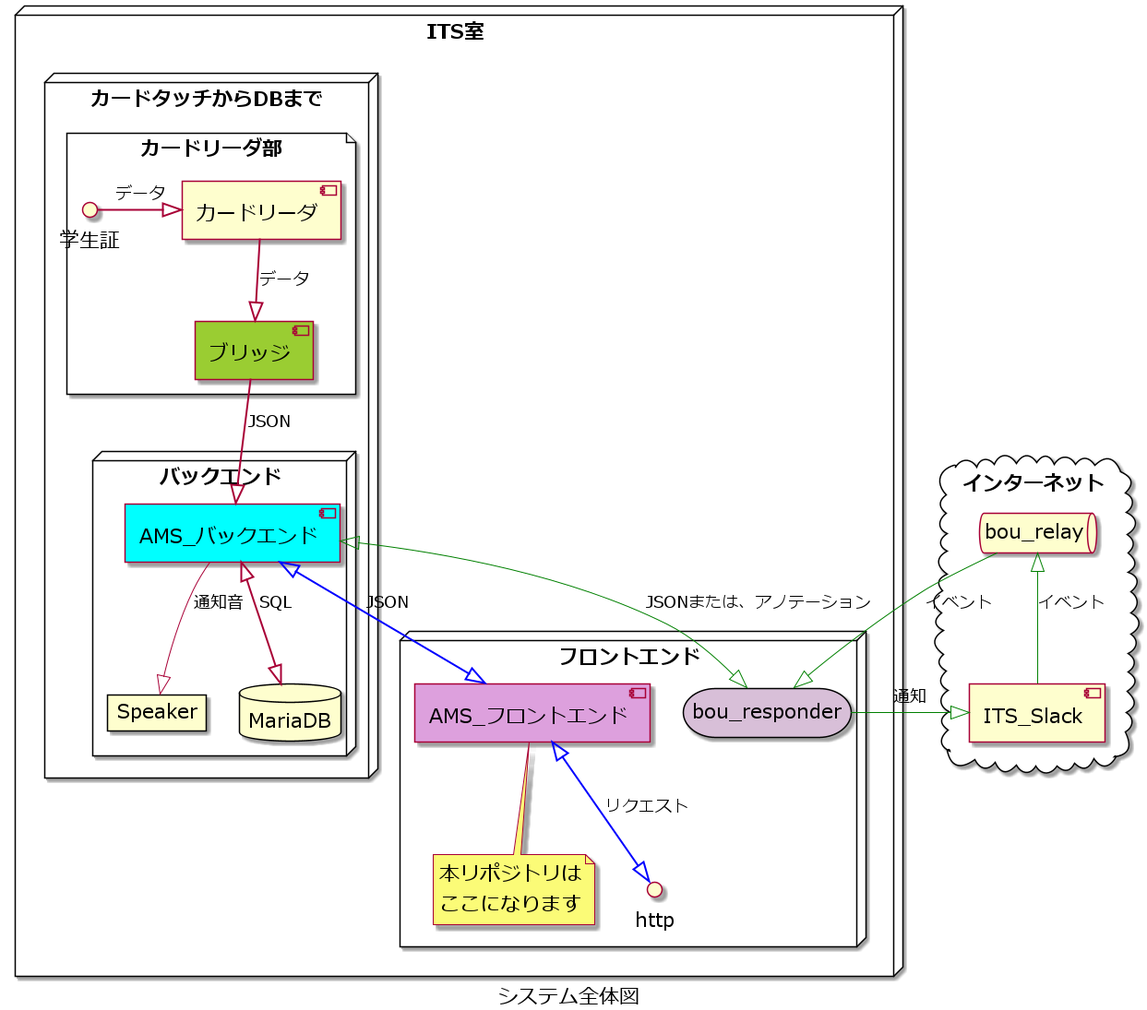
The PlantUML diagram docs/PJ_map/AMS_MAP.png in su-its/ams-frontend, before a commit.
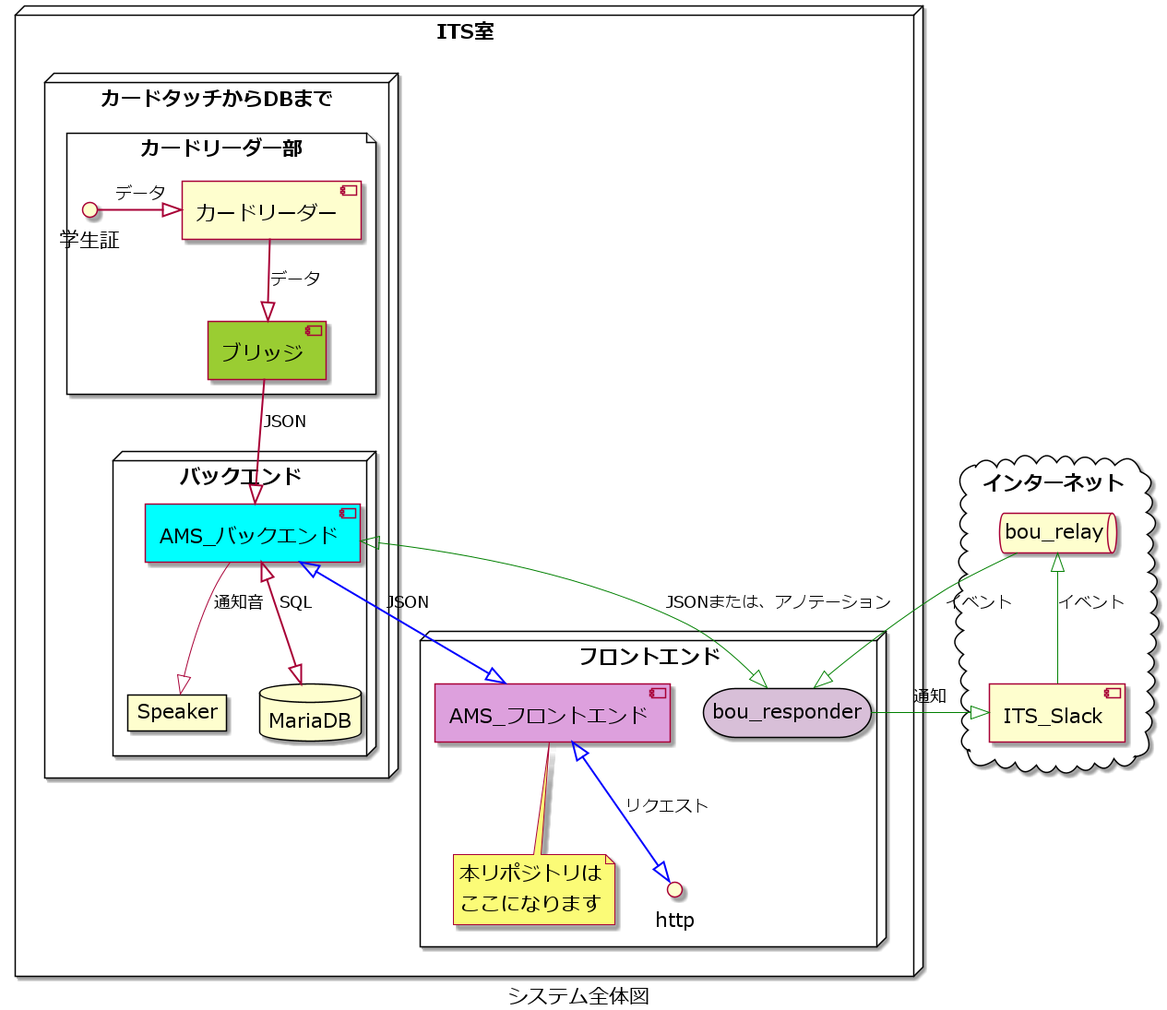
The same diagram one commit later.

Commit message:
カードリーダからカードリーダーに変更

Diff of the diagram source:
```diff
@@ -8,9 +8,9 @@
 
 node ITS室{
     node カードタッチからDBまで {
-        file カードリーダ部{
+        file カードリーダー部{
             interface 学生証
-            [カードリーダ]
+            [カードリーダー]
             [ブリッジ] #YellowGreen
         }
         node バックエンド {
@@ -36,8 +36,8 @@
 MariaDB -[hidden]left-> Speaker
 [ITS_Slack] -[hidden]up-> bou_relay
 
-学生証 =^ [カードリーダ]: データ
-[カードリーダ] ==^ [ブリッジ]: データ
+学生証 =^ [カードリーダー]: データ
+[カードリーダー] ==^ [ブリッジ]: データ
 [ブリッジ] ==^ [AMS_バックエンド]: JSON
 [AMS_バックエンド] ^==^ MariaDB: SQL
 [AMS_バックエンド] --^ Speaker: 通知音
```
